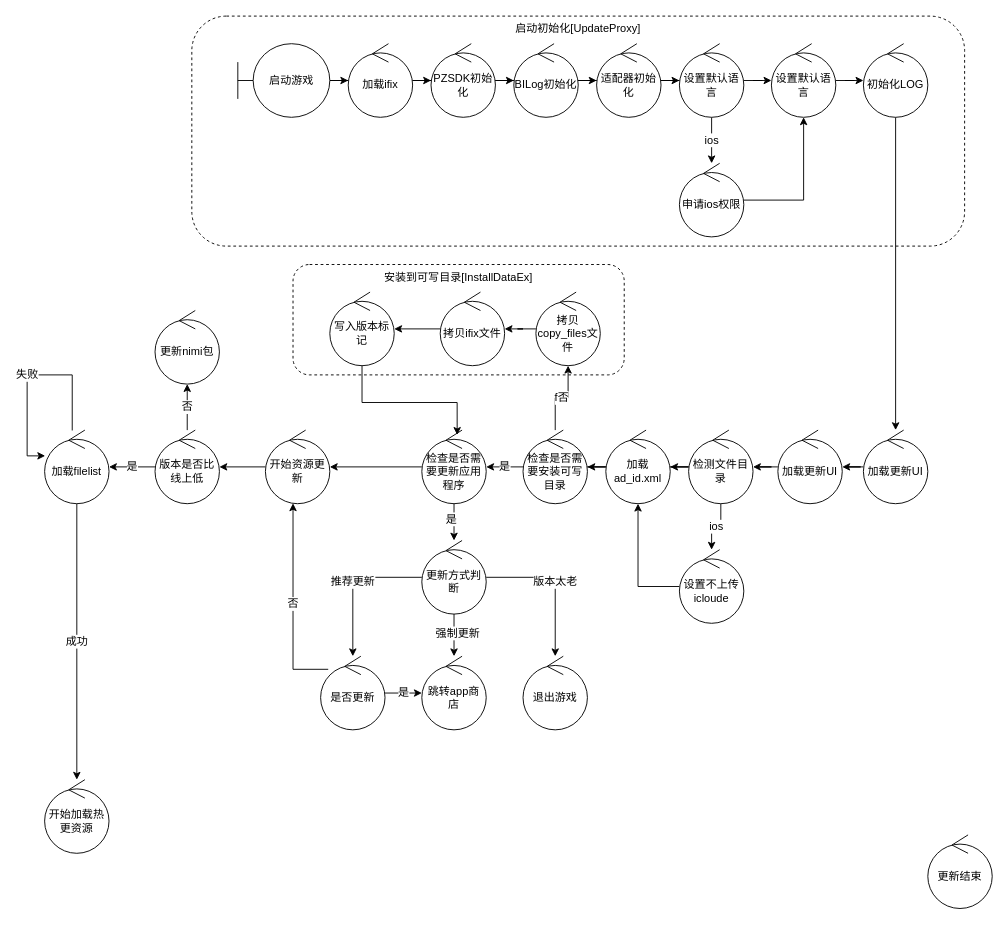
Earlier version of the draw.io diagram 游戏启动流程.drawio (cliang/drawio). Source tidied: cells renumbered, new cells numbered last; positions are measured from the earlier drawing's top-left corner, leaving out a move shared by most shapes. Both pictures are drawn from the tidied source at 92%, with x=0, y=0 at pixel (27, 16).
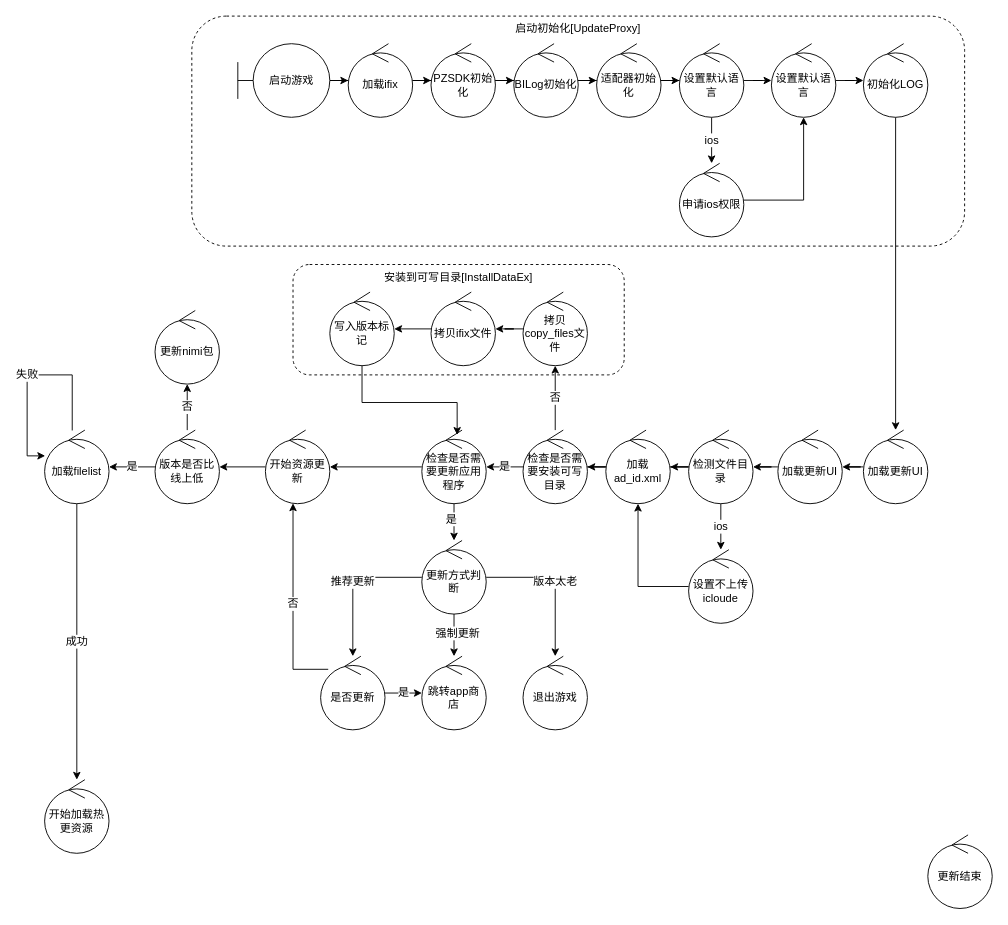
Above is the later version.

Commit message (it also covers changes not shown here):
更新游戏启动流程.drawio

Unchanged cells that the change refers to:
```xml
<mxCell id="36" value="检查是否需要安装可写目录" style="ellipse;shape=umlControl;whiteSpace=wrap;html=1;fontSize=12;" parent="1" vertex="1">
  <mxGeometry x="539" y="450" width="70" height="80" as="geometry" />
</mxCell>
```

What changed in the source:
```diff
@@
     <mxCell id="33" value="设置不上传icloude" style="ellipse;shape=umlControl;whiteSpace=wrap;html=1;fontSize=12;" parent="1" vertex="1">
-      <mxGeometry x="709" y="580" width="70" height="80" as="geometry" />
+      <mxGeometry x="719" y="580" width="70" height="80" as="geometry" />
     </mxCell>
@@
-    <mxCell id="35" value="f否" style="edgeStyle=orthogonalEdgeStyle;rounded=0;jettySize=auto;html=1;fontSize=12;" parent="1" edge="1" source="36" target="38">
+    <mxCell id="35" value="否" style="edgeStyle=orthogonalEdgeStyle;rounded=0;jettySize=auto;html=1;fontSize=12;" parent="1" edge="1" source="36" target="38">
       <mxGeometry relative="1" as="geometry" />
     </mxCell>
@@
     <mxCell id="38" value="拷贝copy_files文件" style="ellipse;shape=umlControl;whiteSpace=wrap;html=1;fontSize=12;" parent="1" vertex="1">
-      <mxGeometry x="553" y="300" width="70" height="80" as="geometry" />
+      <mxGeometry x="539" y="300" width="70" height="80" as="geometry" />
     </mxCell>
@@
     <mxCell id="40" value="拷贝ifix文件" style="ellipse;shape=umlControl;whiteSpace=wrap;html=1;fontSize=12;" parent="1" vertex="1">
-      <mxGeometry x="449" y="300" width="70" height="80" as="geometry" />
+      <mxGeometry x="439" y="300" width="70" height="80" as="geometry" />
     </mxCell>
```
